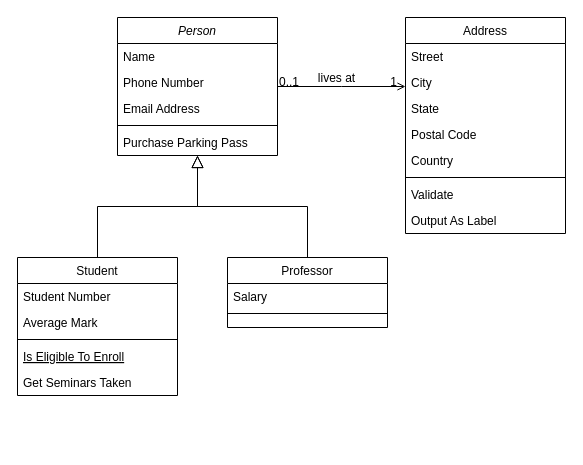
Above: Untitled Diagram.drawio in afey89/drawio_test (draw.io), before the change. Source tidied: cells renumbered, new cells numbered last; positions are measured from the earlier drawing's top-left corner, leaving out a move shared by most shapes. Both pictures are drawn from the tidied source at 100%, with x=0, y=0 at pixel (17, 17).
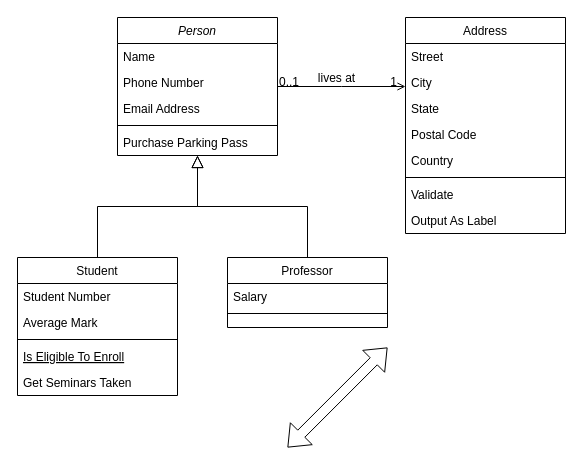
After the change.

The edit, as a diff of the source:
```diff
@@
+    <mxCell id="32" style="shape=flexArrow;endArrow=classic;startArrow=classic;html=1;rounded=0;" parent="1" edge="1">
+      <mxGeometry relative="1" as="geometry">
+        <mxPoint x="270" y="430" as="sourcePoint" />
+        <mxPoint x="370" y="330" as="targetPoint" />
+      </mxGeometry>
+    </mxCell>
```
